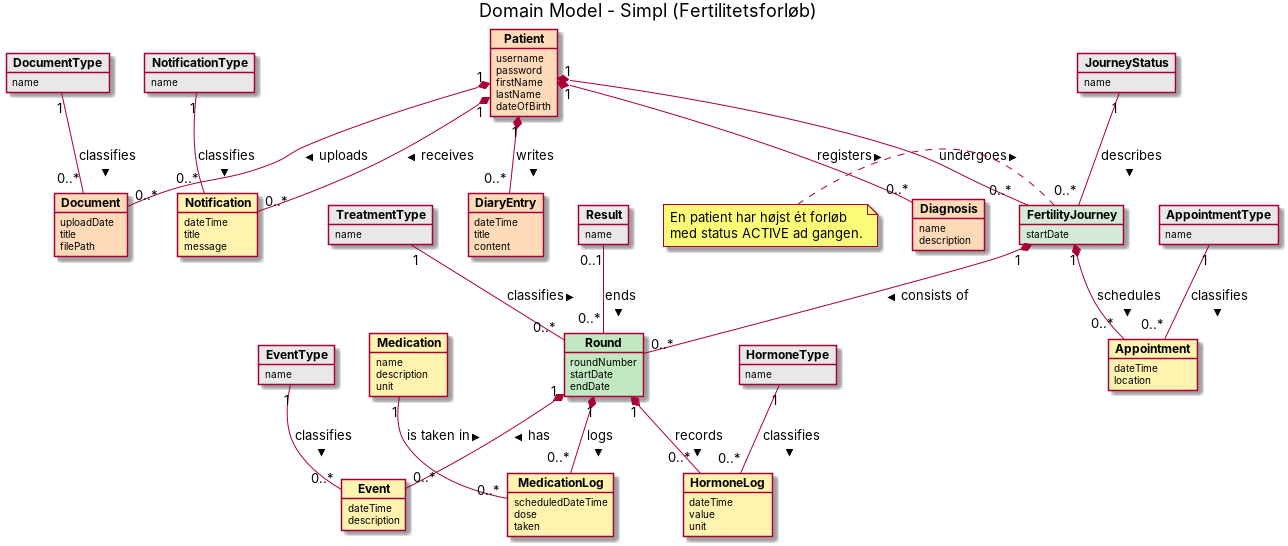
The PlantUML diagram doc/static/Domænemodel1.png in BesimaP/Simpl-PET-project, before a commit. Its source is kept beside it as doc/static/Domænemodel1.puml. Source of this version:
```plantuml
@startuml
!pragma layout smetana

title Domain Model - Simpl (Fertilitetsforløb)


object "<b>Patient</b>" as Patient #FFDAB9 {
  username
  password
  firstName
  lastName
  dateOfBirth
}

object "<b>Diagnosis</b>" as Diagnosis #FFDAB9 {
  name
  description
}


object "<b>FertilityJourney</b>" as Journey #D6EAD8 {
  startDate
}

object "<b>Round</b>" as Round #C1E8C1 {
  roundNumber
  startDate
  endDate
}


object "<b>Appointment</b>" as Appointment #FFF3B0 {
  dateTime
  location
}

object "<b>DiaryEntry</b>" as DiaryEntry #FFDAB9 {
  dateTime
  title
  content
}


object "<b>Event</b>" as Event #FFF3B0 {
  dateTime
  description
}

object "<b>Medication</b>" as Medication #FFF3B0 {
  name
  description
  unit
}

object "<b>MedicationLog</b>" as MedicationLog #FFF3B0 {
  scheduledDateTime
  dose
  taken
}

object "<b>HormoneLog</b>" as HormoneLog #FFF3B0 {
  dateTime
  value
  unit
}

object "<b>Document</b>" as Document #FFDAB9 {
  uploadDate
  title
  filePath
}


object "<b>Notification</b>" as Notification #FFF3B0 {
  dateTime
  title
  message
}


object "<b>JourneyStatus</b>" as JourneyStatus #E8E8E8 {
  name
}

object "<b>TreatmentType</b>" as TreatmentType #E8E8E8 {
  name
}

object "<b>Result</b>" as Result #E8E8E8 {
  name
}

object "<b>AppointmentType</b>" as AppointmentType #E8E8E8 {
  name
}

object "<b>EventType</b>" as EventType #E8E8E8 {
  name
}

object "<b>HormoneType</b>" as HormoneType #E8E8E8 {
  name
}

object "<b>DocumentType</b>" as DocumentType #E8E8E8 {
  name
}

object "<b>NotificationType</b>" as NotificationType #E8E8E8 {
  name
}


Patient "1" *-- "0..*" Diagnosis : registers >
Patient "1" *-- "0..*" Journey : undergoes >
Patient "1" *-- "0..*" Notification : receives >
Patient "1" *-- "0..*" DiaryEntry : writes >
Patient "1" *-- "0..*" Document : uploads >

Journey "1" *-- "0..*" Round : consists of >
Journey "1" *-- "0..*" Appointment : schedules >

Round "1" *-- "0..*" Event : has >
Round "1" *-- "0..*" HormoneLog : records >
Round "1" *-- "0..*" MedicationLog : logs >
Medication "1" -- "0..*" MedicationLog : is taken in >

JourneyStatus "1" -- "0..*" Journey : describes >
TreatmentType "1" -- "0..*" Round : classifies >
Result "0..1" -- "0..*" Round : ends >
AppointmentType "1" -- "0..*" Appointment : classifies >
EventType "1" -- "0..*" Event : classifies >
HormoneType "1" -- "0..*" HormoneLog : classifies >
DocumentType "1" -- "0..*" Document : classifies >
NotificationType "1" -- "0..*" Notification : classifies >

note left of Journey
  En patient har højst ét forløb
  med status ACTIVE ad gangen.
end note

@enduml
```
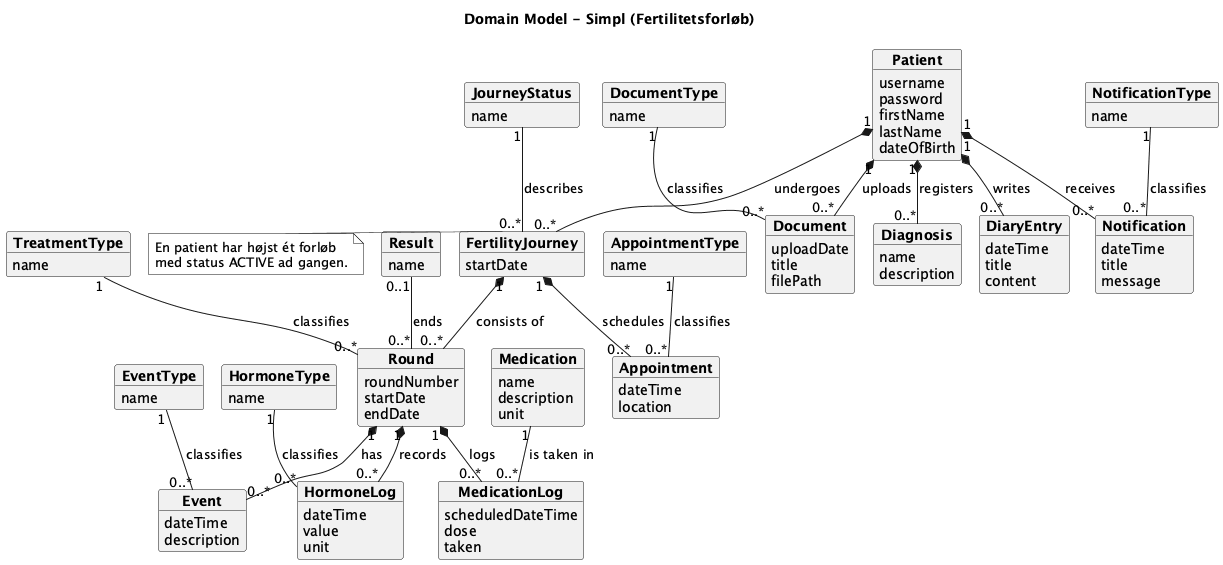
The same file after the commit.

What changed in the source:
```diff
@@ -1,10 +1,11 @@
 @startuml
 !pragma layout smetana
+skinparam monochrome true
 
 title Domain Model - Simpl (Fertilitetsforløb)
 
 
-object "<b>Patient</b>" as Patient #FFDAB9 {
+object "<b>Patient</b>" as Patient {
   username
   password
   firstName
@@ -12,101 +13,101 @@
   dateOfBirth
 }
 
-object "<b>Diagnosis</b>" as Diagnosis #FFDAB9 {
+object "<b>Diagnosis</b>" as Diagnosis {
   name
   description
 }
 
 
-object "<b>FertilityJourney</b>" as Journey #D6EAD8 {
+object "<b>FertilityJourney</b>" as Journey {
   startDate
 }
 
-object "<b>Round</b>" as Round #C1E8C1 {
+object "<b>Round</b>" as Round {
   roundNumber
   startDate
   endDate
 }
 
 
-object "<b>Appointment</b>" as Appointment #FFF3B0 {
+object "<b>Appointment</b>" as Appointment {
   dateTime
   location
 }
 
-object "<b>DiaryEntry</b>" as DiaryEntry #FFDAB9 {
+object "<b>DiaryEntry</b>" as DiaryEntry {
   dateTime
   title
   content
 }
 
 
-object "<b>Event</b>" as Event #FFF3B0 {
+object "<b>Event</b>" as Event {
   dateTime
   description
 }
 
-object "<b>Medication</b>" as Medication #FFF3B0 {
+object "<b>Medication</b>" as Medication {
   name
   description
   unit
 }
 
-object "<b>MedicationLog</b>" as MedicationLog #FFF3B0 {
+object "<b>MedicationLog</b>" as MedicationLog {
   scheduledDateTime
   dose
   taken
 }
 
-object "<b>HormoneLog</b>" as HormoneLog #FFF3B0 {
+object "<b>HormoneLog</b>" as HormoneLog {
   dateTime
   value
   unit
 }
 
-object "<b>Document</b>" as Document #FFDAB9 {
+object "<b>Document</b>" as Document {
   uploadDate
   title
   filePath
 }
 
 
-object "<b>Notification</b>" as Notification #FFF3B0 {
+object "<b>Notification</b>" as Notification {
   dateTime
   title
   message
 }
 
 
-object "<b>JourneyStatus</b>" as JourneyStatus #E8E8E8 {
+object "<b>JourneyStatus</b>" as JourneyStatus {
   name
 }
 
-object "<b>TreatmentType</b>" as TreatmentType #E8E8E8 {
+object "<b>TreatmentType</b>" as TreatmentType {
   name
 }
 
-object "<b>Result</b>" as Result #E8E8E8 {
+object "<b>Result</b>" as Result {
   name
 }
 
-object "<b>AppointmentType</b>" as AppointmentType #E8E8E8 {
+object "<b>AppointmentType</b>" as AppointmentType {
   name
 }
 
-object "<b>EventType</b>" as EventType #E8E8E8 {
+object "<b>EventType</b>" as EventType {
   name
 }
 
-object "<b>HormoneType</b>" as HormoneType #E8E8E8 {
+object "<b>HormoneType</b>" as HormoneType {
   name
 }
 
-object "<b>DocumentType</b>" as DocumentType #E8E8E8 {
+object "<b>DocumentType</b>" as DocumentType {
   name
 }
 
-object "<b>NotificationType</b>" as NotificationType #E8E8E8 {
+object "<b>NotificationType</b>" as NotificationType {
   name
 }
 
```
